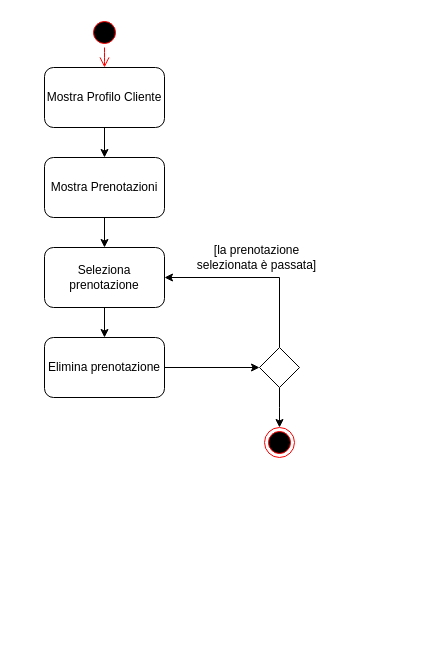
The draw.io diagram Diagrammi_delle_attivita/Modificabili/diagramma_attivita_elimina_prenotazione.drawio in fd-col/ProgettoIngegneriaDelSoftware, before the edit. Source tidied: cells renumbered, new cells numbered last; positions are measured from the earlier drawing's top-left corner, leaving out a move shared by most shapes. Both pictures are drawn from the tidied source at 100%, with x=0, y=0 at pixel (44, 17).
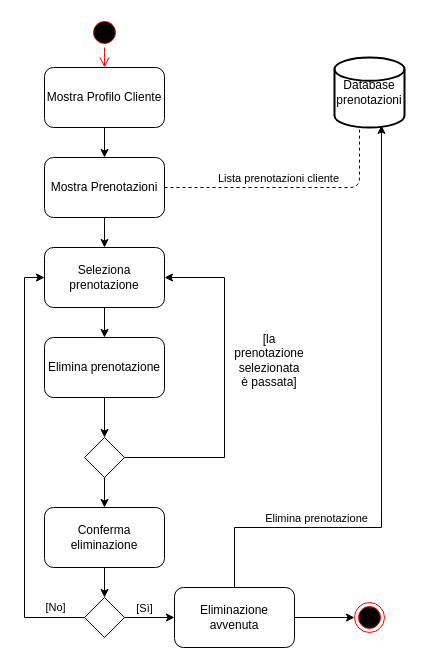
The same diagram, later.

The change refers to these unchanged cells:
```xml
<mxCell id="7" value="Mostra Prenotazioni" style="rounded=1;whiteSpace=wrap;html=1;" parent="1" vertex="1">
  <mxGeometry y="140" width="120" height="60" as="geometry" />
</mxCell>
<mxCell id="9" value="Seleziona prenotazione" style="rounded=1;whiteSpace=wrap;html=1;" parent="1" vertex="1">
  <mxGeometry y="230" width="120" height="60" as="geometry" />
</mxCell>
<mxCell id="11" value="Elimina prenotazione" style="rounded=1;whiteSpace=wrap;html=1;" parent="1" vertex="1">
  <mxGeometry y="320" width="120" height="60" as="geometry" />
</mxCell>
```

What changed in the source:
```diff
@@
-    <mxCell id="10" style="edgeStyle=orthogonalEdgeStyle;rounded=0;jettySize=auto;html=1;entryX=0;entryY=0.5;entryDx=0;entryDy=0;" parent="1" edge="1" source="11" target="14">
+    <mxCell id="10" style="edgeStyle=orthogonalEdgeStyle;rounded=0;jettySize=auto;html=1;entryX=0.5;entryY=0;entryDx=0;entryDy=0;" parent="1" edge="1" source="11" target="14">
       <mxGeometry relative="1" as="geometry" />
     </mxCell>
@@
     <mxCell id="12" style="edgeStyle=orthogonalEdgeStyle;rounded=0;jettySize=auto;html=1;entryX=1;entryY=0.5;entryDx=0;entryDy=0;" parent="1" edge="1" source="14" target="9">
       <mxGeometry relative="1" as="geometry">
         <Array as="points">
-          <mxPoint x="235" y="260" />
+          <mxPoint x="180" y="440" />
+          <mxPoint x="180" y="260" />
         </Array>
       </mxGeometry>
     </mxCell>
-    <mxCell id="13" style="edgeStyle=orthogonalEdgeStyle;rounded=0;jettySize=auto;html=1;" parent="1" edge="1" source="14">
-      <mxGeometry relative="1" as="geometry">
-        <mxPoint x="235" y="410" as="targetPoint" />
-      </mxGeometry>
-    </mxCell>
+    <mxCell id="17" style="edgeStyle=orthogonalEdgeStyle;rounded=0;jettySize=auto;html=1;" parent="1" edge="1" source="14" target="22">
+      <mxGeometry relative="1" as="geometry" />
+    </mxCell>
     <mxCell id="14" style="rhombus;whiteSpace=wrap;html=1;" parent="1" vertex="1">
-      <mxGeometry x="215" y="330" width="40" height="40" as="geometry" />
+      <mxGeometry x="40" y="420" width="40" height="40" as="geometry" />
     </mxCell>
     <mxCell id="15" value="[la prenotazione selezionata è passata]" style="text;html=1;strokeColor=none;fillColor=none;align=center;verticalAlign=middle;whiteSpace=wrap;rounded=0;" parent="1" vertex="1">
-      <mxGeometry x="145" y="230" width="135" height="20" as="geometry" />
+      <mxGeometry x="190" y="333" width="70" height="20" as="geometry" />
     </mxCell>
     <mxCell id="16" style="ellipse;html=1;shape=endState;fillColor=#000000;strokeColor=#ff0000;" parent="1" vertex="1">
-      <mxGeometry x="220" y="410" width="30" height="30" as="geometry" />
+      <mxGeometry x="310" y="585" width="30" height="30" as="geometry" />
     </mxCell>
+    <mxCell id="18" value="Database&lt;br&gt;prenotazioni" style="strokeWidth=2;html=1;shape=mxgraph.flowchart.database;whiteSpace=wrap;" parent="1" vertex="1">
+      <mxGeometry x="290" y="40" width="70" height="70" as="geometry" />
+    </mxCell>
+    <mxCell id="19" style="endArrow=none;dashed=1;html=1;entryX=0.357;entryY=1;entryDx=0;entryDy=0;entryPerimeter=0;exitX=1;exitY=0.5;exitDx=0;exitDy=0;" parent="1" edge="1" source="7" target="18">
+      <mxGeometry relative="1" as="geometry">
+        <Array as="points">
+          <mxPoint x="315" y="170" />
+        </Array>
+      </mxGeometry>
+    </mxCell>
+    <mxCell id="20" value="Lista prenotazioni cliente" style="edgeLabel;html=1;align=center;verticalAlign=middle;" parent="19" vertex="1">
+      <mxGeometry x="0.12" y="1" relative="1" as="geometry">
+        <mxPoint x="-30" y="-9" as="offset" />
+      </mxGeometry>
+    </mxCell>
+    <mxCell id="21" style="edgeStyle=orthogonalEdgeStyle;rounded=0;jettySize=auto;html=1;" parent="1" edge="1" source="22" target="27">
+      <mxGeometry relative="1" as="geometry" />
+    </mxCell>
+    <mxCell id="22" value="Conferma eliminazione" style="rounded=1;whiteSpace=wrap;html=1;" parent="1" vertex="1">
+      <mxGeometry y="490" width="120" height="60" as="geometry" />
+    </mxCell>
+    <mxCell id="23" style="edgeStyle=orthogonalEdgeStyle;rounded=0;jettySize=auto;html=1;entryX=0;entryY=0.5;entryDx=0;entryDy=0;" parent="1" edge="1" source="27" target="9">
+      <mxGeometry relative="1" as="geometry">
+        <Array as="points">
+          <mxPoint x="-20" y="600" />
+          <mxPoint x="-20" y="260" />
+        </Array>
+      </mxGeometry>
+    </mxCell>
+    <mxCell id="24" value="[No]" style="edgeLabel;html=1;align=center;verticalAlign=middle;" parent="23" vertex="1">
+      <mxGeometry x="-0.54" y="1" relative="1" as="geometry">
+        <mxPoint x="31" y="26" as="offset" />
+      </mxGeometry>
+    </mxCell>
+    <mxCell id="25" style="edgeStyle=orthogonalEdgeStyle;rounded=0;jettySize=auto;html=1;" parent="1" edge="1" source="27" target="31">
+      <mxGeometry relative="1" as="geometry" />
+    </mxCell>
+    <mxCell id="26" value="[Sì]" style="edgeLabel;html=1;align=center;verticalAlign=middle;" parent="25" vertex="1">
+      <mxGeometry x="-0.24" y="4" relative="1" as="geometry">
+        <mxPoint y="-6" as="offset" />
+      </mxGeometry>
+    </mxCell>
+    <mxCell id="27" style="rhombus;whiteSpace=wrap;html=1;" parent="1" vertex="1">
+      <mxGeometry x="40" y="580" width="40" height="40" as="geometry" />
+    </mxCell>
+    <mxCell id="28" style="edgeStyle=orthogonalEdgeStyle;rounded=0;jettySize=auto;html=1;" parent="1" edge="1" source="31" target="16">
+      <mxGeometry relative="1" as="geometry" />
+    </mxCell>
+    <mxCell id="29" style="edgeStyle=orthogonalEdgeStyle;rounded=0;jettySize=auto;html=1;entryX=0.671;entryY=0.971;entryDx=0;entryDy=0;entryPerimeter=0;" parent="1" edge="1" source="31" target="18">
+      <mxGeometry relative="1" as="geometry">
+        <Array as="points">
+          <mxPoint x="190" y="510" />
+          <mxPoint x="337" y="510" />
+        </Array>
+      </mxGeometry>
+    </mxCell>
+    <mxCell id="30" value="Elimina prenotazione" style="edgeLabel;html=1;align=center;verticalAlign=middle;" parent="29" vertex="1">
+      <mxGeometry x="-0.5" y="1" relative="1" as="geometry">
+        <mxPoint x="-11" y="-9" as="offset" />
+      </mxGeometry>
+    </mxCell>
+    <mxCell id="31" value="Eliminazione&lt;br&gt;avvenuta" style="rounded=1;whiteSpace=wrap;html=1;" parent="1" vertex="1">
+      <mxGeometry x="130" y="570" width="120" height="60" as="geometry" />
+    </mxCell>
```
